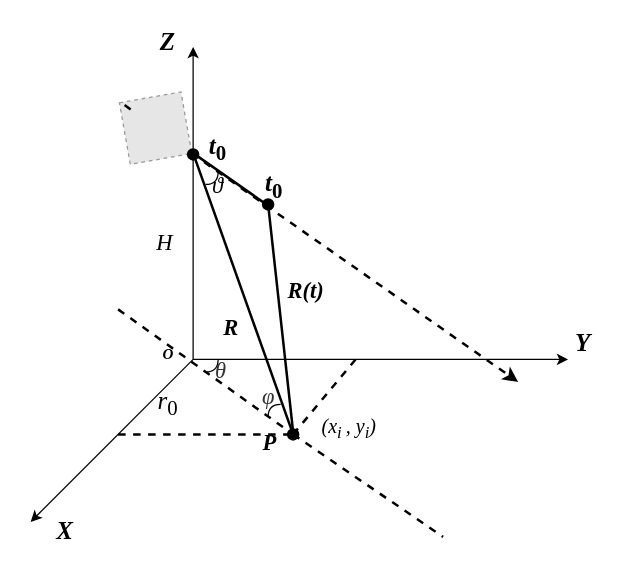
The draw.io diagram forward-looking.drawio in LFNing/General, before the edit. Source tidied: cells renumbered, new cells numbered last; positions are measured from the earlier drawing's top-left corner, leaving out a move shared by most shapes. Both pictures are drawn from the tidied source at 125%, with x=0, y=0 at pixel (30, 21). Pictures stored in the file or linked from it are replaced by grey dashed boxes.
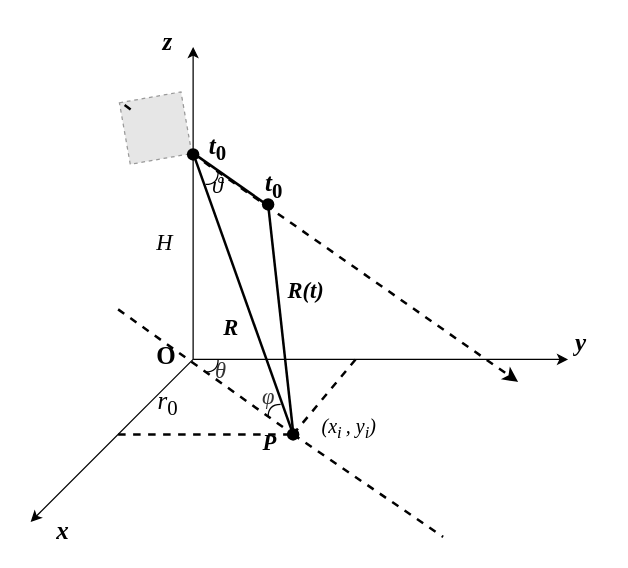
After the change.

The edit, as a diff of the source:
```diff
@@
-    <mxCell id="10" value="O" style="text;strokeColor=none;fillColor=none;align=left;verticalAlign=middle;spacingLeft=4;spacingRight=4;overflow=hidden;fontFamily=Times New Roman;fontStyle=3;" parent="1" vertex="1">
-      <mxGeometry x="100" y="250" width="20" height="30" as="geometry" />
-    </mxCell>
-    <mxCell id="11" value="X" style="text;strokeColor=none;fillColor=none;align=left;verticalAlign=middle;spacingLeft=4;spacingRight=4;overflow=hidden;fontStyle=3;fontFamily=Times New Roman;fontSize=20;" parent="1" vertex="1">
+    <mxCell id="11" value="x" style="text;strokeColor=none;fillColor=none;align=left;verticalAlign=middle;spacingLeft=4;spacingRight=4;overflow=hidden;fontStyle=3;fontFamily=Times New Roman;fontSize=20;" parent="1" vertex="1">
       <mxGeometry x="15" y="390" width="80" height="30" as="geometry" />
     </mxCell>
-    <mxCell id="12" value="Y" style="text;strokeColor=none;fillColor=none;align=left;verticalAlign=middle;spacingLeft=4;spacingRight=4;overflow=hidden;fontFamily=Times New Roman;fontStyle=3;fontSize=20;" parent="1" vertex="1">
+    <mxCell id="12" value="y" style="text;strokeColor=none;fillColor=none;align=left;verticalAlign=middle;spacingLeft=4;spacingRight=4;overflow=hidden;fontFamily=Times New Roman;fontStyle=3;fontSize=20;" parent="1" vertex="1">
       <mxGeometry x="430" y="240" width="30" height="30" as="geometry" />
     </mxCell>
-    <mxCell id="13" value="&lt;i style=&quot;font-size: 20px;&quot;&gt;&lt;b style=&quot;font-size: 20px;&quot;&gt;&lt;font style=&quot;font-size: 20px;&quot;&gt;Z&lt;/font&gt;&lt;/b&gt;&lt;/i&gt;" style="text;html=1;strokeColor=none;fillColor=none;align=center;verticalAlign=middle;whiteSpace=wrap;rounded=0;fontFamily=Times New Roman;fontSize=20;" parent="1" vertex="1">
+    <mxCell id="13" value="&lt;i style=&quot;font-size: 20px;&quot;&gt;&lt;b style=&quot;font-size: 20px;&quot;&gt;&lt;font style=&quot;font-size: 20px;&quot;&gt;z&lt;/font&gt;&lt;/b&gt;&lt;/i&gt;" style="text;html=1;strokeColor=none;fillColor=none;align=center;verticalAlign=middle;whiteSpace=wrap;rounded=0;fontFamily=Times New Roman;fontSize=20;" parent="1" vertex="1">
       <mxGeometry x="95" width="30" height="30" as="geometry" />
     </mxCell>
@@
+    <mxCell id="10" value="O" style="text;strokeColor=none;fillColor=none;align=left;verticalAlign=middle;spacingLeft=4;spacingRight=4;overflow=hidden;fontFamily=Times New Roman;fontStyle=1;fontSize=20;" parent="1" vertex="1">
+      <mxGeometry x="95" y="250" width="30" height="30" as="geometry" />
+    </mxCell>
```
